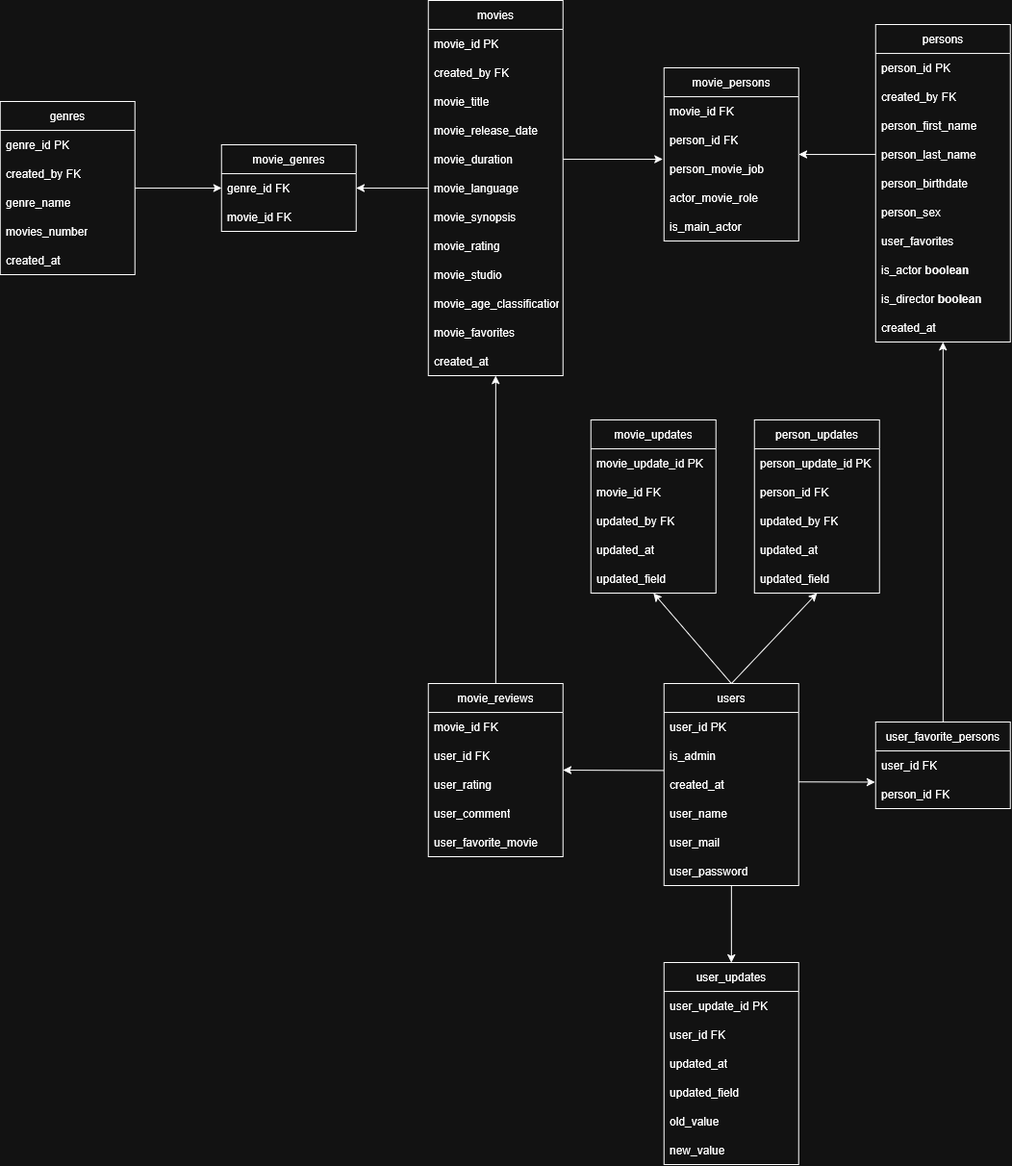
AlexandreCrestien/NetStream keeps this draw.io diagram as data_conception/2-MLD.png. Above is the earlier version. Source tidied: cells renumbered, new cells last; positions are measured from the earlier drawing's top-left corner, leaving out a move shared by most shapes.
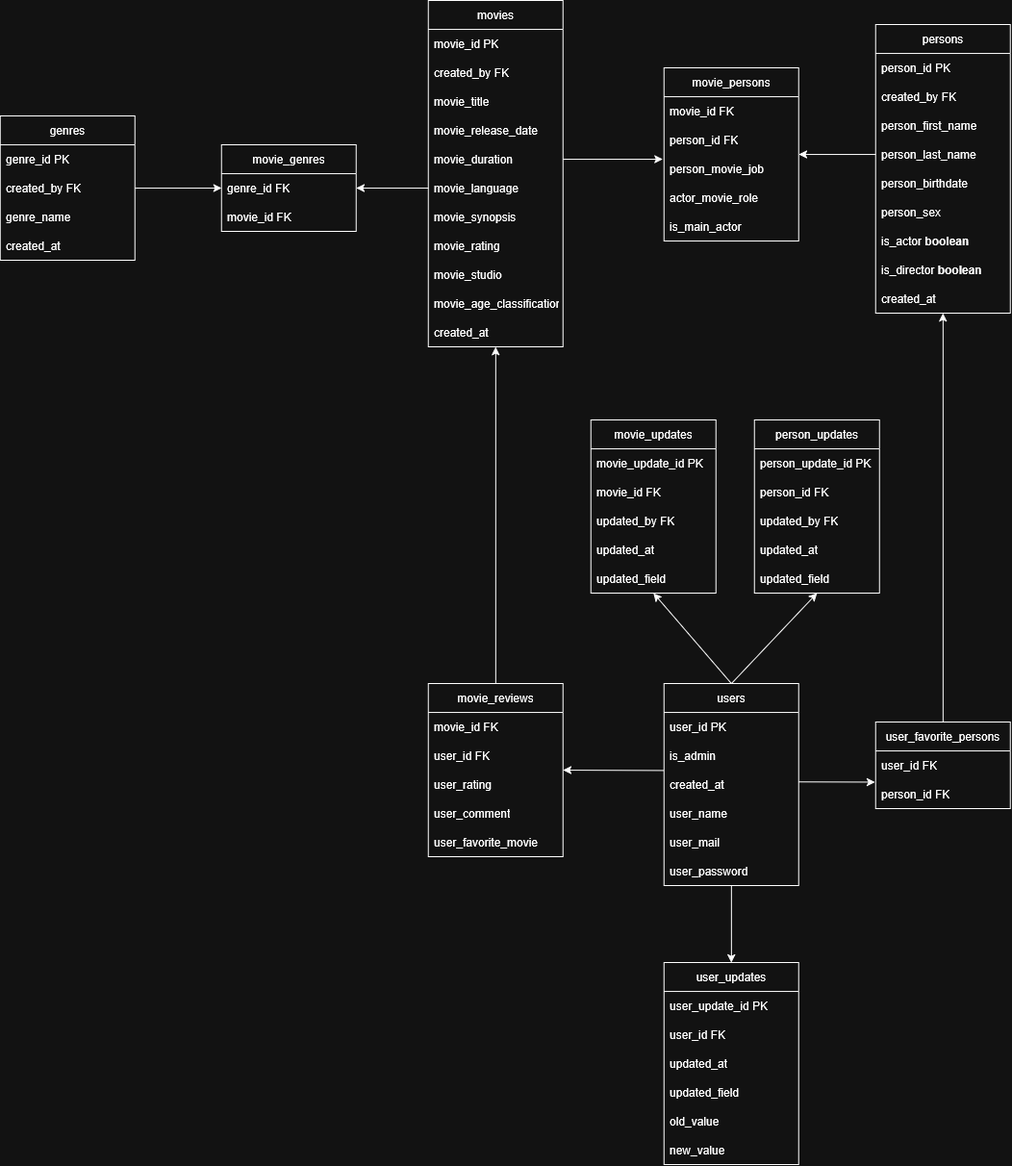
After the change.

Commit message:
feat: add gestion rules and remove user_favorites from persons and movies and remove movies_number from genres)

Change to the diagram source:
```diff
@@ -3,7 +3,7 @@
     <mxCell id="0" />
     <mxCell id="1" parent="0" />
     <mxCell id="2" value="movies" style="swimlane;fontStyle=0;horizontal=1;startSize=30;whiteSpace=wrap;html=1;" parent="1" vertex="1">
-      <mxGeometry x="445" width="140" height="390" as="geometry" />
+      <mxGeometry x="445" width="140" height="360" as="geometry" />
     </mxCell>
     <mxCell id="3" value="movie_id PK" style="text;strokeColor=none;fillColor=none;align=left;verticalAlign=middle;spacingLeft=4;spacingRight=4;overflow=hidden;whiteSpace=wrap;html=1;" parent="2" vertex="1">
       <mxGeometry y="30" width="140" height="30" as="geometry" />
@@ -35,14 +35,11 @@
     <mxCell id="12" value="movie_age_classification" style="text;strokeColor=none;fillColor=none;align=left;verticalAlign=middle;spacingLeft=4;spacingRight=4;overflow=hidden;whiteSpace=wrap;html=1;" parent="2" vertex="1">
       <mxGeometry y="300" width="140" height="30" as="geometry" />
     </mxCell>
-    <mxCell id="13" value="movie_favorites" style="text;strokeColor=none;fillColor=none;align=left;verticalAlign=middle;spacingLeft=4;spacingRight=4;overflow=hidden;whiteSpace=wrap;html=1;" parent="2" vertex="1">
-      <mxGeometry y="330" width="140" height="30" as="geometry" />
-    </mxCell>
     <mxCell id="14" value="created_at" style="text;strokeColor=none;fillColor=none;align=left;verticalAlign=middle;spacingLeft=4;spacingRight=4;overflow=hidden;whiteSpace=wrap;html=1;" parent="2" vertex="1">
-      <mxGeometry y="360" width="140" height="30" as="geometry" />
+      <mxGeometry y="330" width="140" height="30" as="geometry" />
     </mxCell>
     <mxCell id="15" value="persons" style="swimlane;fontStyle=0;horizontal=1;startSize=30;whiteSpace=wrap;html=1;" parent="1" vertex="1">
-      <mxGeometry x="910" y="25" width="140" height="330" as="geometry" />
+      <mxGeometry x="910" y="25" width="140" height="300" as="geometry" />
     </mxCell>
     <mxCell id="16" value="person_id PK" style="text;strokeColor=none;fillColor=none;align=left;verticalAlign=middle;spacingLeft=4;spacingRight=4;overflow=hidden;whiteSpace=wrap;html=1;" parent="15" vertex="1">
       <mxGeometry y="30" width="140" height="30" as="geometry" />
@@ -62,17 +59,14 @@
     <mxCell id="21" value="&lt;div&gt;person_sex&lt;/div&gt;" style="text;strokeColor=none;fillColor=none;align=left;verticalAlign=middle;spacingLeft=4;spacingRight=4;overflow=hidden;whiteSpace=wrap;html=1;" parent="15" vertex="1">
       <mxGeometry y="180" width="140" height="30" as="geometry" />
     </mxCell>
-    <mxCell id="22" value="user_favorites" style="text;strokeColor=none;fillColor=none;align=left;verticalAlign=middle;spacingLeft=4;spacingRight=4;overflow=hidden;whiteSpace=wrap;html=1;" parent="15" vertex="1">
-      <mxGeometry y="210" width="140" height="30" as="geometry" />
-    </mxCell>
     <mxCell id="23" value="&lt;div&gt;is_actor&amp;nbsp;&lt;b&gt;boolean&lt;/b&gt;&lt;/div&gt;" style="text;strokeColor=none;fillColor=none;align=left;verticalAlign=middle;spacingLeft=4;spacingRight=4;overflow=hidden;whiteSpace=wrap;html=1;" parent="15" vertex="1">
-      <mxGeometry y="240" width="140" height="30" as="geometry" />
+      <mxGeometry y="210" width="140" height="30" as="geometry" />
     </mxCell>
     <mxCell id="24" value="&lt;div&gt;is_director&amp;nbsp;&lt;b&gt;boolean&lt;/b&gt;&lt;/div&gt;" style="text;strokeColor=none;fillColor=none;align=left;verticalAlign=middle;spacingLeft=4;spacingRight=4;overflow=hidden;whiteSpace=wrap;html=1;" parent="15" vertex="1">
-      <mxGeometry y="270" width="140" height="30" as="geometry" />
+      <mxGeometry y="240" width="140" height="30" as="geometry" />
     </mxCell>
     <mxCell id="25" value="created_at" style="text;strokeColor=none;fillColor=none;align=left;verticalAlign=middle;spacingLeft=4;spacingRight=4;overflow=hidden;whiteSpace=wrap;html=1;" parent="15" vertex="1">
-      <mxGeometry y="300" width="140" height="30" as="geometry" />
+      <mxGeometry y="270" width="140" height="30" as="geometry" />
     </mxCell>
     <mxCell id="26" value="movie_persons" style="swimlane;fontStyle=0;horizontal=1;startSize=30;whiteSpace=wrap;html=1;" parent="1" vertex="1">
       <mxGeometry x="690" y="70" width="140" height="180" as="geometry" />
@@ -228,7 +222,7 @@
       <mxGeometry relative="1" as="geometry" />
     </mxCell>
     <mxCell id="76" value="genres" style="swimlane;fontStyle=0;horizontal=1;startSize=30;whiteSpace=wrap;html=1;" parent="1" vertex="1">
-      <mxGeometry y="105" width="140" height="180" as="geometry" />
+      <mxGeometry y="120" width="140" height="150" as="geometry" />
     </mxCell>
     <mxCell id="77" value="genre_id PK" style="text;strokeColor=none;fillColor=none;align=left;verticalAlign=middle;spacingLeft=4;spacingRight=4;overflow=hidden;whiteSpace=wrap;html=1;" parent="76" vertex="1">
       <mxGeometry y="30" width="140" height="30" as="geometry" />
@@ -239,11 +233,8 @@
     <mxCell id="79" value="genre_name" style="text;strokeColor=none;fillColor=none;align=left;verticalAlign=middle;spacingLeft=4;spacingRight=4;overflow=hidden;whiteSpace=wrap;html=1;" parent="76" vertex="1">
       <mxGeometry y="90" width="140" height="30" as="geometry" />
     </mxCell>
-    <mxCell id="80" value="movies_number" style="text;strokeColor=none;fillColor=none;align=left;verticalAlign=middle;spacingLeft=4;spacingRight=4;overflow=hidden;whiteSpace=wrap;html=1;" parent="76" vertex="1">
-      <mxGeometry y="120" width="140" height="30" as="geometry" />
-    </mxCell>
     <mxCell id="81" value="created_at" style="text;strokeColor=none;fillColor=none;align=left;verticalAlign=middle;spacingLeft=4;spacingRight=4;overflow=hidden;whiteSpace=wrap;html=1;" parent="76" vertex="1">
-      <mxGeometry y="150" width="140" height="30" as="geometry" />
+      <mxGeometry y="120" width="140" height="30" as="geometry" />
     </mxCell>
     <mxCell id="82" value="movie_genres" style="swimlane;fontStyle=0;horizontal=1;startSize=30;whiteSpace=wrap;html=1;" parent="1" vertex="1">
       <mxGeometry x="230" y="150" width="140" height="90" as="geometry" />
```
